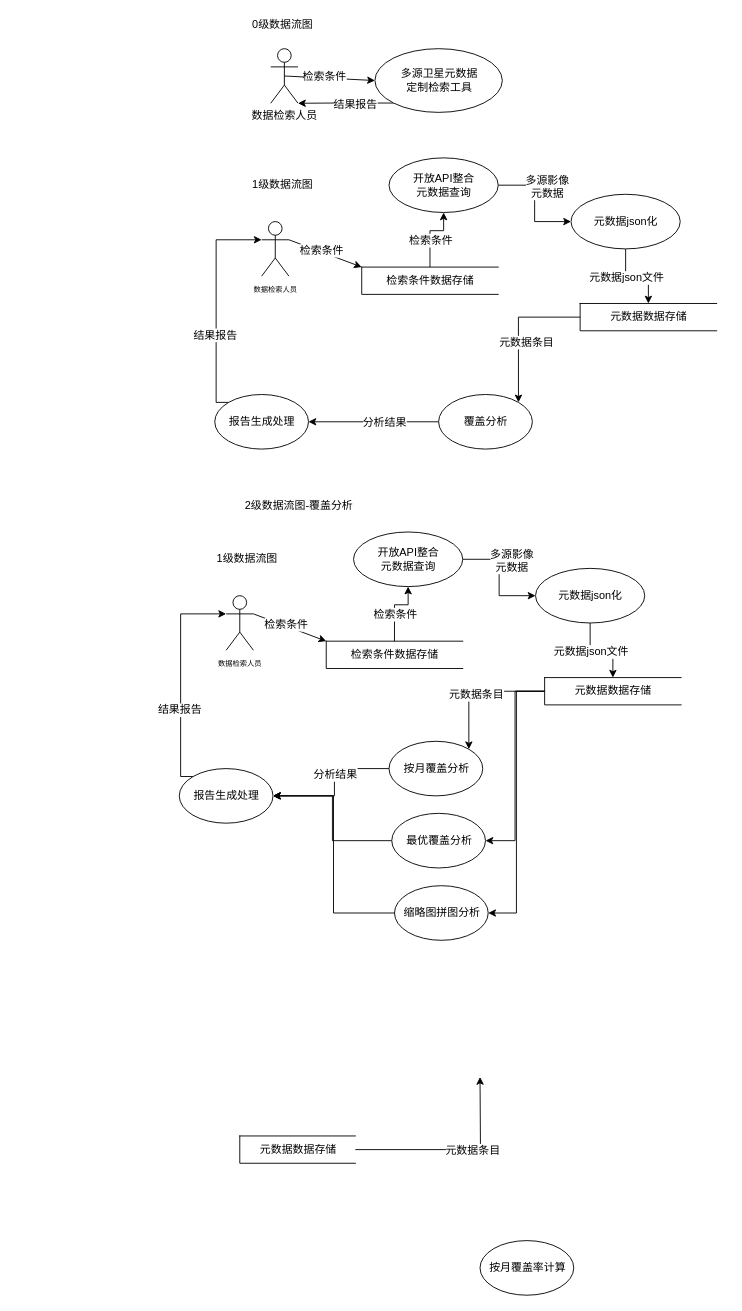
Before: page 6 of 6 of 影像查询和融合系统.drawio in dorbodwolf/graphs_from_draw.io, a draw.io diagram. Source tidied: cells renumbered, new cells numbered last; positions are measured from the earlier drawing's top-left corner, leaving out a move shared by most shapes. Both pictures are drawn from the tidied source at 91%, with x=0, y=0 at pixel (179, 15).
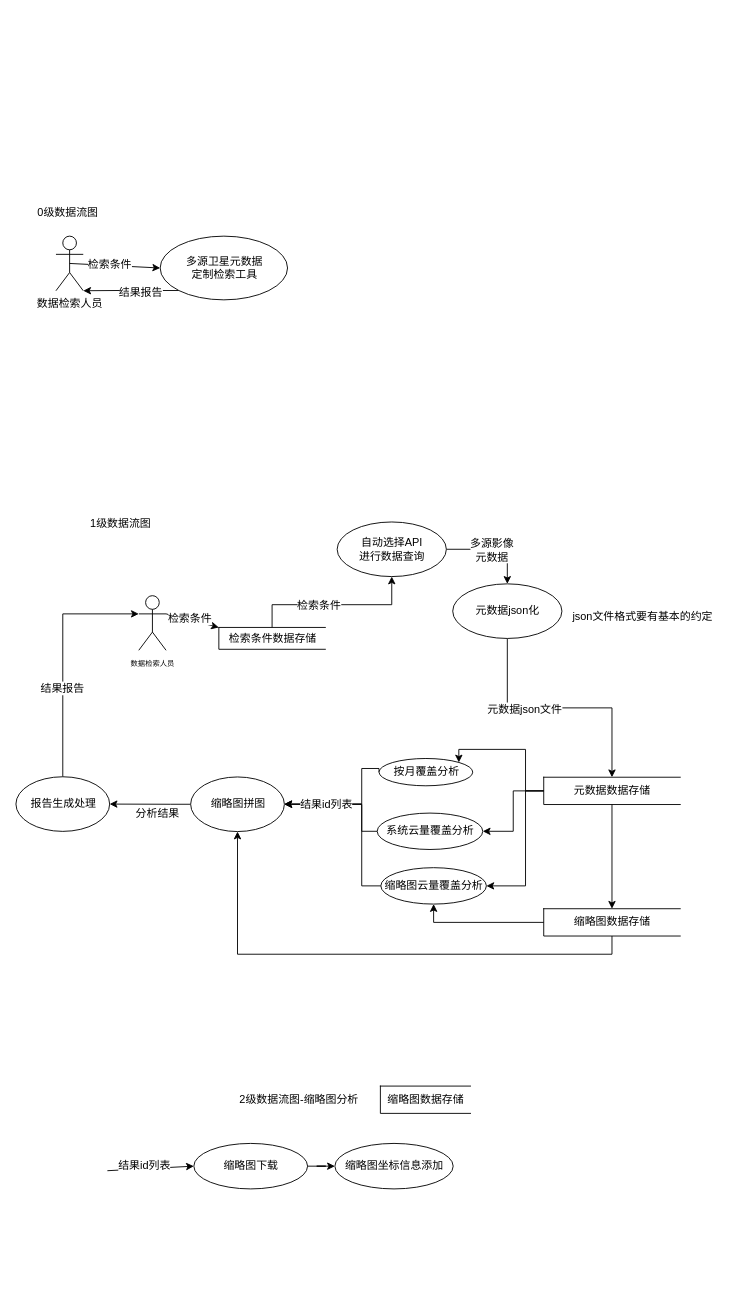
After the change.

Commit message:
Update 影像查询和融合系统.drawio

Change to the diagram source:
```diff
@@
-    <mxCell id="2" style="edgeStyle=orthogonalEdgeStyle;rounded=0;jettySize=auto;html=1;entryX=1;entryY=0;entryDx=0;entryDy=0;" parent="1" edge="1" source="4" target="24">
-      <mxGeometry relative="1" as="geometry" />
-    </mxCell>
-    <mxCell id="3" value="元数据条目" style="text;html=1;align=center;verticalAlign=middle;labelBackgroundColor=#ffffff;" parent="2" vertex="1">
-      <mxGeometry x="0.21" y="2" relative="1" as="geometry">
-        <mxPoint x="6" y="-2.5" as="offset" />
-      </mxGeometry>
-    </mxCell>
-    <mxCell id="4" value="元数据数据存储" style="html=1;dashed=0;whitespace=wrap;shape=partialRectangle;right=0;fillColor=none;" parent="1" vertex="1">
-      <mxGeometry x="440" y="316" width="150" height="30" as="geometry" />
-    </mxCell>
+    <mxCell id="64" style="edgeStyle=orthogonalEdgeStyle;rounded=0;jettySize=auto;html=1;exitX=0;exitY=0.5;exitDx=0;exitDy=0;entryX=1;entryY=0.5;entryDx=0;entryDy=0;" parent="1" edge="1" source="81" target="63">
+      <mxGeometry relative="1" as="geometry">
+        <Array as="points">
+          <mxPoint x="200" y="896" />
+          <mxPoint x="200" y="866" />
+        </Array>
+      </mxGeometry>
+    </mxCell>
     <mxCell id="5" style="edgeStyle=orthogonalEdgeStyle;rounded=0;jettySize=auto;html=1;exitX=0;exitY=1;exitDx=0;exitDy=0;entryX=1;entryY=1;entryDx=0;entryDy=0;entryPerimeter=0;" parent="1" edge="1" source="7" target="10">
       <mxGeometry relative="1" as="geometry">
         <Array as="points">
-          <mxPoint x="172" y="96" />
+          <mxPoint x="-64" y="302" />
         </Array>
       </mxGeometry>
     </mxCell>
@@
     <mxCell id="7" value="多源卫星元数据&lt;br&gt;定制检索工具" style="shape=ellipse;html=1;dashed=0;whitespace=wrap;perimeter=ellipsePerimeter;" parent="1" vertex="1">
-      <mxGeometry x="214.5" y="36" width="140" height="70" as="geometry" />
+      <mxGeometry x="-21.5" y="242" width="140" height="70" as="geometry" />
     </mxCell>
@@
     <mxCell id="10" value="数据检索人员" style="shape=umlActor;verticalLabelPosition=bottom;labelBackgroundColor=#ffffff;verticalAlign=top;html=1;outlineConnect=0;" parent="1" vertex="1">
-      <mxGeometry x="100" y="36" width="30" height="60" as="geometry" />
+      <mxGeometry x="-136" y="242" width="30" height="60" as="geometry" />
     </mxCell>
     <mxCell id="11" value="0级数据流图" style="text;html=1;align=left;verticalAlign=top;spacingTop=-4;" parent="1" vertex="1">
-      <mxGeometry x="78" width="80" height="20" as="geometry" />
+      <mxGeometry x="-158" y="206" width="80" height="20" as="geometry" />
     </mxCell>
-    <mxCell id="12" value="1级数据流图&lt;br&gt;" style="text;html=1;align=left;verticalAlign=top;spacingTop=-4;" parent="1" vertex="1">
-      <mxGeometry x="78" y="176" width="80" height="20" as="geometry" />
-    </mxCell>
-    <mxCell id="13" style="endArrow=classic;html=1;exitX=1;exitY=0.3333333333333333;exitDx=0;exitDy=0;exitPerimeter=0;entryX=0;entryY=0;entryDx=0;entryDy=0;" parent="1" edge="1" source="15" target="32">
-      <mxGeometry relative="1" as="geometry" />
-    </mxCell>
-    <mxCell id="14" value="检索条件" style="text;html=1;align=center;verticalAlign=middle;labelBackgroundColor=#ffffff;" parent="13" vertex="1">
-      <mxGeometry x="-0.13" y="2" relative="1" as="geometry" />
-    </mxCell>
-    <mxCell id="15" value="&lt;font style=&quot;font-size: 8px&quot;&gt;数据检索人员&lt;/font&gt;" style="shape=umlActor;verticalLabelPosition=bottom;labelBackgroundColor=#ffffff;verticalAlign=top;html=1;outlineConnect=0;" parent="1" vertex="1">
-      <mxGeometry x="90" y="226" width="30" height="60" as="geometry" />
-    </mxCell>
-    <mxCell id="16" style="edgeStyle=orthogonalEdgeStyle;rounded=0;jettySize=auto;html=1;" parent="1" edge="1" source="18" target="21">
-      <mxGeometry relative="1" as="geometry" />
-    </mxCell>
-    <mxCell id="17" value="多源影像&lt;br&gt;元数据" style="text;html=1;align=center;verticalAlign=middle;labelBackgroundColor=#ffffff;" parent="16" vertex="1">
-      <mxGeometry x="-0.32" relative="1" as="geometry">
-        <mxPoint x="13" as="offset" />
-      </mxGeometry>
-    </mxCell>
-    <mxCell id="18" value="开放API整合&lt;br&gt;元数据查询" style="shape=ellipse;html=1;dashed=0;whitespace=wrap;perimeter=ellipsePerimeter;" parent="1" vertex="1">
-      <mxGeometry x="230" y="156" width="120" height="60" as="geometry" />
-    </mxCell>
-    <mxCell id="19" style="edgeStyle=orthogonalEdgeStyle;rounded=0;jettySize=auto;html=1;" parent="1" edge="1" source="21" target="4">
-      <mxGeometry relative="1" as="geometry" />
-    </mxCell>
-    <mxCell id="20" value="元数据json文件" style="text;html=1;align=center;verticalAlign=middle;labelBackgroundColor=#ffffff;" parent="19" vertex="1">
-      <mxGeometry x="-0.29" y="-1" relative="1" as="geometry" />
-    </mxCell>
-    <mxCell id="21" value="元数据json化" style="shape=ellipse;html=1;dashed=0;whitespace=wrap;perimeter=ellipsePerimeter;" parent="1" vertex="1">
-      <mxGeometry x="430" y="196" width="120" height="60" as="geometry" />
-    </mxCell>
-    <mxCell id="22" style="edgeStyle=orthogonalEdgeStyle;rounded=0;jettySize=auto;html=1;" parent="1" edge="1" source="24" target="27">
-      <mxGeometry relative="1" as="geometry" />
-    </mxCell>
-    <mxCell id="23" value="分析结果" style="text;html=1;align=center;verticalAlign=middle;labelBackgroundColor=#ffffff;" parent="22" vertex="1">
-      <mxGeometry x="-0.16" relative="1" as="geometry" />
-    </mxCell>
-    <mxCell id="24" value="覆盖分析" style="shape=ellipse;html=1;dashed=0;whitespace=wrap;perimeter=ellipsePerimeter;" parent="1" vertex="1">
-      <mxGeometry x="284.5" y="416" width="103" height="60" as="geometry" />
-    </mxCell>
-    <mxCell id="25" style="edgeStyle=orthogonalEdgeStyle;rounded=0;jettySize=auto;html=1;exitX=0;exitY=0;exitDx=0;exitDy=0;entryX=0;entryY=0.3333333333333333;entryDx=0;entryDy=0;entryPerimeter=0;" parent="1" edge="1" source="27" target="15">
-      <mxGeometry relative="1" as="geometry">
-        <Array as="points">
-          <mxPoint x="40" y="425" />
-          <mxPoint x="40" y="246" />
-        </Array>
-      </mxGeometry>
-    </mxCell>
-    <mxCell id="26" value="结果报告" style="text;html=1;align=center;verticalAlign=middle;labelBackgroundColor=#ffffff;" parent="25" vertex="1">
-      <mxGeometry x="0.06" y="2" relative="1" as="geometry">
-        <mxPoint x="0.5" y="41.5" as="offset" />
-      </mxGeometry>
-    </mxCell>
-    <mxCell id="27" value="报告生成处理" style="shape=ellipse;html=1;dashed=0;whitespace=wrap;perimeter=ellipsePerimeter;" parent="1" vertex="1">
-      <mxGeometry x="38.5" y="416" width="103" height="60" as="geometry" />
-    </mxCell>
-    <mxCell id="28" value="2级数据流图-覆盖分析" style="text;html=1;align=left;verticalAlign=top;spacingTop=-4;" parent="1" vertex="1">
-      <mxGeometry x="70" y="528" width="130" height="20" as="geometry" />
+    <mxCell id="28" value="1级数据流图" style="text;html=1;align=left;verticalAlign=top;spacingTop=-4;" parent="1" vertex="1">
+      <mxGeometry x="-100" y="548" width="80" height="20" as="geometry" />
     </mxCell>
-    <mxCell id="29" value="按月覆盖率计算" style="shape=ellipse;html=1;dashed=0;whitespace=wrap;perimeter=ellipsePerimeter;" parent="1" vertex="1">
-      <mxGeometry x="330" y="1345.8" width="103" height="60" as="geometry" />
-    </mxCell>
-    <mxCell id="30" style="edgeStyle=orthogonalEdgeStyle;rounded=0;jettySize=auto;html=1;exitX=0.5;exitY=0;exitDx=0;exitDy=0;entryX=0.5;entryY=1;entryDx=0;entryDy=0;" parent="1" edge="1" source="32" target="18">
-      <mxGeometry relative="1" as="geometry">
-        <Array as="points">
-          <mxPoint x="275" y="236" />
-          <mxPoint x="290" y="236" />
-        </Array>
-      </mxGeometry>
-    </mxCell>
-    <mxCell id="31" value="检索条件" style="text;html=1;align=center;verticalAlign=middle;labelBackgroundColor=#ffffff;" parent="30" vertex="1">
-      <mxGeometry x="-0.19" relative="1" as="geometry" />
-    </mxCell>
-    <mxCell id="32" value="检索条件数据存储" style="html=1;dashed=0;whitespace=wrap;shape=partialRectangle;right=0;fillColor=none;" parent="1" vertex="1">
-      <mxGeometry x="200" y="276" width="150" height="30" as="geometry" />
-    </mxCell>
-    <mxCell id="33" style="edgeStyle=orthogonalEdgeStyle;rounded=0;jettySize=auto;html=1;exitX=0;exitY=0.5;exitDx=0;exitDy=0;entryX=1;entryY=0.5;entryDx=0;entryDy=0;" parent="1" edge="1" source="34" target="58">
-      <mxGeometry relative="1" as="geometry" />
-    </mxCell>
+    <mxCell id="65" style="edgeStyle=orthogonalEdgeStyle;rounded=0;jettySize=auto;html=1;exitX=0;exitY=0.5;exitDx=0;exitDy=0;entryX=1;entryY=0.5;entryDx=0;entryDy=0;" parent="1" edge="1" source="34" target="63">
+      <mxGeometry relative="1" as="geometry">
+        <Array as="points">
+          <mxPoint x="200" y="956" />
+          <mxPoint x="200" y="866" />
+        </Array>
+      </mxGeometry>
+    </mxCell>
-    <mxCell id="34" value="最优覆盖分析" style="shape=ellipse;html=1;dashed=0;whitespace=wrap;perimeter=ellipsePerimeter;" parent="1" vertex="1">
-      <mxGeometry x="233" y="876.3" width="103" height="60" as="geometry" />
+    <mxCell id="34" value="缩略图云量覆盖分析" style="shape=ellipse;html=1;dashed=0;whitespace=wrap;perimeter=ellipsePerimeter;" parent="1" vertex="1">
+      <mxGeometry x="221" y="936" width="116" height="40" as="geometry" />
     </mxCell>
-    <mxCell id="35" style="edgeStyle=orthogonalEdgeStyle;rounded=0;jettySize=auto;html=1;entryX=0;entryY=0.5;entryDx=0;entryDy=0;" parent="1" edge="1" source="37">
-      <mxGeometry relative="1" as="geometry">
-        <mxPoint x="330" y="1166" as="targetPoint" />
-      </mxGeometry>
-    </mxCell>
-    <mxCell id="36" value="元数据条目" style="text;html=1;align=center;verticalAlign=middle;labelBackgroundColor=#ffffff;" parent="35" vertex="1">
-      <mxGeometry x="0.18" y="-1" relative="1" as="geometry" />
-    </mxCell>
-    <mxCell id="37" value="元数据数据存储" style="html=1;dashed=0;whitespace=wrap;shape=partialRectangle;right=0;fillColor=none;" parent="1" vertex="1">
-      <mxGeometry x="66" y="1230.8" width="127" height="30" as="geometry" />
-    </mxCell>
     <mxCell id="38" style="edgeStyle=orthogonalEdgeStyle;rounded=0;jettySize=auto;html=1;entryX=1;entryY=0;entryDx=0;entryDy=0;" parent="1" edge="1" source="42" target="55">
-      <mxGeometry relative="1" as="geometry" />
+      <mxGeometry relative="1" as="geometry">
+        <Array as="points">
+          <mxPoint x="380" y="852" />
+          <mxPoint x="380" y="806" />
+        </Array>
+      </mxGeometry>
     </mxCell>
-    <mxCell id="39" value="元数据条目" style="text;html=1;align=center;verticalAlign=middle;labelBackgroundColor=#ffffff;" parent="38" vertex="1">
-      <mxGeometry x="0.21" y="2" relative="1" as="geometry">
-        <mxPoint x="6" y="-2.5" as="offset" />
-      </mxGeometry>
-    </mxCell>
     <mxCell id="40" style="edgeStyle=orthogonalEdgeStyle;rounded=0;jettySize=auto;html=1;exitX=0;exitY=0.5;exitDx=0;exitDy=0;entryX=1;entryY=0.5;entryDx=0;entryDy=0;" parent="1" edge="1" source="42" target="34">
-      <mxGeometry relative="1" as="geometry" />
+      <mxGeometry relative="1" as="geometry">
+        <Array as="points">
+          <mxPoint x="380" y="852" />
+          <mxPoint x="380" y="956" />
+        </Array>
+      </mxGeometry>
     </mxCell>
-    <mxCell id="41" style="edgeStyle=orthogonalEdgeStyle;rounded=0;jettySize=auto;html=1;exitX=0;exitY=0.5;exitDx=0;exitDy=0;entryX=1;entryY=0.5;entryDx=0;entryDy=0;" parent="1" edge="1" source="42" target="63">
-      <mxGeometry relative="1" as="geometry" />
-    </mxCell>
+    <mxCell id="66" style="edgeStyle=orthogonalEdgeStyle;rounded=0;jettySize=auto;html=1;" parent="1" edge="1" source="42" target="70">
+      <mxGeometry relative="1" as="geometry" />
+    </mxCell>
+    <mxCell id="67" style="edgeStyle=orthogonalEdgeStyle;rounded=0;jettySize=auto;html=1;exitX=0;exitY=0.5;exitDx=0;exitDy=0;entryX=1;entryY=0.5;entryDx=0;entryDy=0;" parent="1" edge="1" source="42" target="81">
+      <mxGeometry relative="1" as="geometry" />
+    </mxCell>
     <mxCell id="42" value="元数据数据存储" style="html=1;dashed=0;whitespace=wrap;shape=partialRectangle;right=0;fillColor=none;" parent="1" vertex="1">
-      <mxGeometry x="401" y="727.1" width="150" height="30" as="geometry" />
+      <mxGeometry x="400" y="836.6" width="150" height="30" as="geometry" />
     </mxCell>
-    <mxCell id="43" value="1级数据流图&lt;br&gt;" style="text;html=1;align=left;verticalAlign=top;spacingTop=-4;" parent="1" vertex="1">
-      <mxGeometry x="39" y="587.1" width="80" height="20" as="geometry" />
-    </mxCell>
+    <mxCell id="68" style="edgeStyle=orthogonalEdgeStyle;rounded=0;jettySize=auto;html=1;exitX=0;exitY=0.5;exitDx=0;exitDy=0;entryX=0.5;entryY=1;entryDx=0;entryDy=0;" parent="1" edge="1" source="70" target="34">
+      <mxGeometry relative="1" as="geometry" />
+    </mxCell>
+    <mxCell id="69" style="edgeStyle=orthogonalEdgeStyle;rounded=0;jettySize=auto;html=1;exitX=0.5;exitY=1;exitDx=0;exitDy=0;entryX=0.5;entryY=1;entryDx=0;entryDy=0;" parent="1" edge="1" source="70" target="63">
+      <mxGeometry relative="1" as="geometry" />
+    </mxCell>
+    <mxCell id="70" value="缩略图数据存储" style="html=1;dashed=0;whitespace=wrap;shape=partialRectangle;right=0;fillColor=none;" parent="1" vertex="1">
+      <mxGeometry x="400" y="981.1" width="150" height="30" as="geometry" />
+    </mxCell>
@@
     <mxCell id="46" value="&lt;font style=&quot;font-size: 8px&quot;&gt;数据检索人员&lt;/font&gt;" style="shape=umlActor;verticalLabelPosition=bottom;labelBackgroundColor=#ffffff;verticalAlign=top;html=1;outlineConnect=0;" parent="1" vertex="1">
-      <mxGeometry x="51" y="637.1" width="30" height="60" as="geometry" />
+      <mxGeometry x="-45" y="637.1" width="30" height="60" as="geometry" />
     </mxCell>
@@
-    <mxCell id="49" value="开放API整合&lt;br&gt;元数据查询" style="shape=ellipse;html=1;dashed=0;whitespace=wrap;perimeter=ellipsePerimeter;" parent="1" vertex="1">
-      <mxGeometry x="191" y="567.1" width="120" height="60" as="geometry" />
+    <mxCell id="49" value="自动选择API&lt;br&gt;进行数据查询" style="shape=ellipse;html=1;dashed=0;whitespace=wrap;perimeter=ellipsePerimeter;" parent="1" vertex="1">
+      <mxGeometry x="173" y="556.1" width="120" height="60" as="geometry" />
     </mxCell>
@@
     <mxCell id="52" value="元数据json化" style="shape=ellipse;html=1;dashed=0;whitespace=wrap;perimeter=ellipsePerimeter;" parent="1" vertex="1">
-      <mxGeometry x="391" y="607.1" width="120" height="60" as="geometry" />
+      <mxGeometry x="300" y="624.1" width="120" height="60" as="geometry" />
     </mxCell>
-    <mxCell id="53" style="edgeStyle=orthogonalEdgeStyle;rounded=0;jettySize=auto;html=1;" parent="1" edge="1" source="55" target="58">
-      <mxGeometry relative="1" as="geometry">
-        <Array as="points">
-          <mxPoint x="170" y="827" />
-          <mxPoint x="170" y="857" />
-        </Array>
-      </mxGeometry>
-    </mxCell>
-    <mxCell id="54" value="分析结果" style="text;html=1;align=center;verticalAlign=middle;labelBackgroundColor=#ffffff;" parent="53" vertex="1">
-      <mxGeometry x="-0.16" relative="1" as="geometry" />
-    </mxCell>
+    <mxCell id="71" style="edgeStyle=orthogonalEdgeStyle;rounded=0;jettySize=auto;html=1;exitX=0;exitY=0.5;exitDx=0;exitDy=0;" parent="1" edge="1" source="55" target="63">
+      <mxGeometry relative="1" as="geometry">
+        <Array as="points">
+          <mxPoint x="200" y="827" />
+          <mxPoint x="200" y="866" />
+        </Array>
+      </mxGeometry>
+    </mxCell>
+    <mxCell id="72" value="结果id列表" style="text;html=1;align=center;verticalAlign=middle;labelBackgroundColor=#ffffff;" parent="71" vertex="1">
+      <mxGeometry x="0.55" y="-4" relative="1" as="geometry">
+        <mxPoint x="12" y="4.5" as="offset" />
+      </mxGeometry>
+    </mxCell>
     <mxCell id="55" value="按月覆盖分析" style="shape=ellipse;html=1;dashed=0;whitespace=wrap;perimeter=ellipsePerimeter;" parent="1" vertex="1">
-      <mxGeometry x="230" y="797.1" width="103" height="60" as="geometry" />
+      <mxGeometry x="219" y="816" width="103" height="30" as="geometry" />
     </mxCell>
-    <mxCell id="56" style="edgeStyle=orthogonalEdgeStyle;rounded=0;jettySize=auto;html=1;exitX=0;exitY=0;exitDx=0;exitDy=0;entryX=0;entryY=0.3333333333333333;entryDx=0;entryDy=0;entryPerimeter=0;" parent="1" edge="1" source="58" target="46">
+    <mxCell id="56" style="edgeStyle=orthogonalEdgeStyle;rounded=0;jettySize=auto;html=1;exitX=0.5;exitY=0;exitDx=0;exitDy=0;entryX=0;entryY=0.3333333333333333;entryDx=0;entryDy=0;entryPerimeter=0;" parent="1" edge="1" source="58" target="46">
       <mxGeometry relative="1" as="geometry">
         <Array as="points">
-          <mxPoint x="1" y="836.1" />
-          <mxPoint x="1" y="657.1" />
+          <mxPoint x="-128" y="657" />
         </Array>
       </mxGeometry>
     </mxCell>
@@
     <mxCell id="58" value="报告生成处理" style="shape=ellipse;html=1;dashed=0;whitespace=wrap;perimeter=ellipsePerimeter;" parent="1" vertex="1">
-      <mxGeometry x="-0.5" y="827.1" width="103" height="60" as="geometry" />
+      <mxGeometry x="-180" y="836.1" width="103" height="60" as="geometry" />
     </mxCell>
     <mxCell id="59" style="edgeStyle=orthogonalEdgeStyle;rounded=0;jettySize=auto;html=1;exitX=0.5;exitY=0;exitDx=0;exitDy=0;entryX=0.5;entryY=1;entryDx=0;entryDy=0;" parent="1" edge="1" source="61" target="49">
       <mxGeometry relative="1" as="geometry">
         <Array as="points">
-          <mxPoint x="236" y="647.1" />
-          <mxPoint x="251" y="647.1" />
+          <mxPoint x="102" y="647" />
+          <mxPoint x="233" y="647" />
         </Array>
       </mxGeometry>
     </mxCell>
@@
     <mxCell id="61" value="检索条件数据存储" style="html=1;dashed=0;whitespace=wrap;shape=partialRectangle;right=0;fillColor=none;" parent="1" vertex="1">
-      <mxGeometry x="161" y="687.1" width="150" height="30" as="geometry" />
+      <mxGeometry x="43" y="672" width="117" height="24" as="geometry" />
     </mxCell>
     <mxCell id="62" style="edgeStyle=orthogonalEdgeStyle;rounded=0;jettySize=auto;html=1;exitX=0;exitY=0.5;exitDx=0;exitDy=0;entryX=1;entryY=0.5;entryDx=0;entryDy=0;" parent="1" edge="1" source="63" target="58">
       <mxGeometry relative="1" as="geometry">
         <Array as="points">
-          <mxPoint x="169" y="986" />
-          <mxPoint x="169" y="857" />
+          <mxPoint x="-10" y="866" />
+          <mxPoint x="-10" y="866" />
         </Array>
       </mxGeometry>
     </mxCell>
-    <mxCell id="63" value="缩略图拼图分析" style="shape=ellipse;html=1;dashed=0;whitespace=wrap;perimeter=ellipsePerimeter;" parent="1" vertex="1">
-      <mxGeometry x="236" y="955.8" width="103" height="60" as="geometry" />
+    <mxCell id="63" value="缩略图拼图" style="shape=ellipse;html=1;dashed=0;whitespace=wrap;perimeter=ellipsePerimeter;" parent="1" vertex="1">
+      <mxGeometry x="12" y="836.3" width="103" height="60" as="geometry" />
     </mxCell>
+    <mxCell id="73" value="2级数据流图-缩略图分析" style="text;html=1;align=left;verticalAlign=top;spacingTop=-4;" parent="1" vertex="1">
+      <mxGeometry x="63.5" y="1181" width="150" height="20" as="geometry" />
+    </mxCell>
+    <mxCell id="74" value="分析结果" style="text;html=1;align=left;verticalAlign=top;spacingTop=-4;" parent="1" vertex="1">
+      <mxGeometry x="-50" y="866.5" width="60" height="20" as="geometry" />
+    </mxCell>
+    <mxCell id="75" style="edgeStyle=orthogonalEdgeStyle;rounded=0;jettySize=auto;html=1;entryX=0;entryY=0.5;entryDx=0;entryDy=0;" parent="1" edge="1" source="76" target="78">
+      <mxGeometry relative="1" as="geometry" />
+    </mxCell>
+    <mxCell id="76" value="缩略图下载" style="ellipse;whiteSpace=wrap;html=1;" parent="1" vertex="1">
+      <mxGeometry x="15.5" y="1239" width="125" height="50" as="geometry" />
+    </mxCell>
+    <mxCell id="77" value="缩略图数据存储" style="html=1;dashed=0;whitespace=wrap;shape=partialRectangle;right=0;fillColor=none;" parent="1" vertex="1">
+      <mxGeometry x="220.5" y="1176" width="99" height="30" as="geometry" />
+    </mxCell>
+    <mxCell id="78" value="缩略图坐标信息添加" style="ellipse;whiteSpace=wrap;html=1;" parent="1" vertex="1">
+      <mxGeometry x="170.5" y="1239" width="130" height="50" as="geometry" />
+    </mxCell>
+    <mxCell id="79" style="endArrow=classic;html=1;entryX=0;entryY=0.5;entryDx=0;entryDy=0;" parent="1" edge="1" target="76">
+      <mxGeometry relative="1" as="geometry">
+        <mxPoint x="-79.5" y="1269" as="sourcePoint" />
+      </mxGeometry>
+    </mxCell>
+    <mxCell id="80" value="结果id列表" style="text;html=1;align=center;verticalAlign=middle;labelBackgroundColor=#ffffff;" parent="79" vertex="1">
+      <mxGeometry x="-0.32" y="-2" relative="1" as="geometry">
+        <mxPoint x="8" y="-5.5" as="offset" />
+      </mxGeometry>
+    </mxCell>
+    <mxCell id="81" value="系统云量覆盖分析" style="shape=ellipse;html=1;dashed=0;whitespace=wrap;perimeter=ellipsePerimeter;" parent="1" vertex="1">
+      <mxGeometry x="217" y="876" width="116" height="40" as="geometry" />
+    </mxCell>
+    <mxCell id="82" value="json文件格式要有基本的约定" style="text;html=1;align=left;verticalAlign=top;spacingTop=-4;" parent="1" vertex="1">
+      <mxGeometry x="430" y="650" width="170" height="20" as="geometry" />
+    </mxCell>
```
